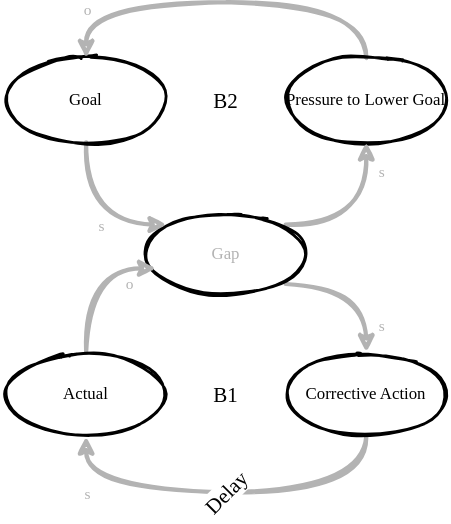
This is src/material/graphics/archetypes.drifting-goals.drawio.svg from thomykay/devspace-systemsthinking, a draw.io export, as it was before one commit. Source tidied: cells renumbered, new cells last; positions are measured from the earlier drawing's top-left corner, leaving out a move shared by most shapes. The source it was exported from:
```xml
<mxGraphModel>
  <root>
    <mxCell id="0" />
    <mxCell id="1" parent="0" />
    <mxCell id="2" style="edgeStyle=orthogonalEdgeStyle;curved=1;rounded=0;sketch=1;jettySize=auto;html=1;entryX=0;entryY=0;entryDx=0;entryDy=0;fontFamily=Comic Sans MS;fontColor=#B3B3B3;strokeColor=#B3B3B3;strokeWidth=3;" parent="1" edge="1" source="4" target="12">
      <mxGeometry relative="1" as="geometry">
        <Array as="points">
          <mxPoint x="60" y="159" />
        </Array>
      </mxGeometry>
    </mxCell>
    <mxCell id="3" value="&lt;span style=&quot;color: rgb(179 , 179 , 179) ; font-family: &amp;#34;comic sans ms&amp;#34;&quot;&gt;s&lt;/span&gt;" style="edgeLabel;html=1;align=center;verticalAlign=middle;" parent="2" vertex="1">
      <mxGeometry x="0.15" y="4" relative="1" as="geometry">
        <mxPoint x="2" y="5" as="offset" />
      </mxGeometry>
    </mxCell>
    <mxCell id="4" value="Goal" style="ellipse;whiteSpace=wrap;html=1;strokeWidth=2;fillWeight=2;hachureGap=8;fillStyle=dots;sketch=1;fontFamily=Comic Sans MS;" parent="1" vertex="1">
      <mxGeometry y="40" width="120" height="60" as="geometry" />
    </mxCell>
    <mxCell id="5" style="edgeStyle=orthogonalEdgeStyle;rounded=0;jettySize=auto;html=1;entryX=0.5;entryY=0;entryDx=0;entryDy=0;fontFamily=Comic Sans MS;fontColor=#B3B3B3;exitX=0.5;exitY=0;exitDx=0;exitDy=0;curved=1;strokeWidth=3;sketch=1;strokeColor=#B3B3B3;" parent="1" edge="1" source="7" target="4">
      <mxGeometry relative="1" as="geometry">
        <Array as="points">
          <mxPoint x="260" />
          <mxPoint x="60" />
        </Array>
      </mxGeometry>
    </mxCell>
    <mxCell id="6" value="&lt;font color=&quot;#b3b3b3&quot; face=&quot;Comic Sans MS&quot;&gt;o&lt;/font&gt;" style="edgeLabel;html=1;align=center;verticalAlign=middle;" parent="5" vertex="1">
      <mxGeometry x="0.52" y="5" relative="1" as="geometry">
        <mxPoint x="-28" as="offset" />
      </mxGeometry>
    </mxCell>
    <mxCell id="7" value="Pressure to Lower Goal" style="ellipse;whiteSpace=wrap;html=1;strokeWidth=2;fillWeight=2;hachureGap=8;fillStyle=dots;sketch=1;fontFamily=Comic Sans MS;" parent="1" vertex="1">
      <mxGeometry x="200" y="40" width="120" height="60" as="geometry" />
    </mxCell>
    <mxCell id="8" style="edgeStyle=orthogonalEdgeStyle;curved=1;rounded=0;sketch=1;jettySize=auto;html=1;entryX=0.5;entryY=1;entryDx=0;entryDy=0;fontFamily=Comic Sans MS;fontColor=#B3B3B3;strokeColor=#B3B3B3;strokeWidth=3;exitX=1;exitY=0;exitDx=0;exitDy=0;" parent="1" edge="1" source="12" target="7">
      <mxGeometry relative="1" as="geometry">
        <Array as="points">
          <mxPoint x="260" y="159" />
        </Array>
      </mxGeometry>
    </mxCell>
    <mxCell id="9" value="s" style="edgeLabel;html=1;align=center;verticalAlign=middle;fontFamily=Comic Sans MS;fontColor=#B3B3B3;" parent="8" vertex="1">
      <mxGeometry x="0.32" y="11" relative="1" as="geometry">
        <mxPoint x="21" y="-19" as="offset" />
      </mxGeometry>
    </mxCell>
    <mxCell id="10" style="edgeStyle=orthogonalEdgeStyle;curved=1;rounded=0;sketch=1;jettySize=auto;html=1;fontFamily=Comic Sans MS;fontColor=#B3B3B3;strokeColor=#B3B3B3;strokeWidth=3;exitX=1;exitY=1;exitDx=0;exitDy=0;" parent="1" edge="1" source="12" target="18">
      <mxGeometry relative="1" as="geometry">
        <Array as="points">
          <mxPoint x="260" y="201" />
        </Array>
      </mxGeometry>
    </mxCell>
    <mxCell id="11" value="s" style="edgeLabel;html=1;align=center;verticalAlign=middle;fontFamily=Comic Sans MS;fontColor=#B3B3B3;" parent="10" vertex="1">
      <mxGeometry x="-0.22" y="-15" relative="1" as="geometry">
        <mxPoint x="27" y="14" as="offset" />
      </mxGeometry>
    </mxCell>
    <mxCell id="12" value="Gap" style="ellipse;whiteSpace=wrap;html=1;strokeWidth=2;fillWeight=2;hachureGap=8;fillStyle=dots;sketch=1;fontFamily=Comic Sans MS;fontColor=#B3B3B3;" parent="1" vertex="1">
      <mxGeometry x="100" y="150" width="120" height="60" as="geometry" />
    </mxCell>
    <mxCell id="13" style="edgeStyle=orthogonalEdgeStyle;curved=1;rounded=0;sketch=1;jettySize=auto;html=1;fontFamily=Comic Sans MS;fontColor=#B3B3B3;strokeColor=#B3B3B3;strokeWidth=3;" parent="1" edge="1" source="15">
      <mxGeometry relative="1" as="geometry">
        <mxPoint x="110" y="190" as="targetPoint" />
        <Array as="points">
          <mxPoint x="60" y="190" />
        </Array>
      </mxGeometry>
    </mxCell>
    <mxCell id="14" value="o" style="edgeLabel;html=1;align=center;verticalAlign=middle;fontFamily=Comic Sans MS;fontColor=#B3B3B3;" parent="13" vertex="1">
      <mxGeometry x="0.34" y="-8" relative="1" as="geometry">
        <mxPoint x="16" y="2" as="offset" />
      </mxGeometry>
    </mxCell>
    <mxCell id="15" value="Actual" style="ellipse;whiteSpace=wrap;html=1;strokeWidth=2;fillWeight=2;hachureGap=8;fillStyle=dots;sketch=1;fontFamily=Comic Sans MS;" parent="1" vertex="1">
      <mxGeometry y="250" width="120" height="60" as="geometry" />
    </mxCell>
    <mxCell id="16" style="edgeStyle=orthogonalEdgeStyle;curved=1;rounded=0;sketch=1;jettySize=auto;html=1;entryX=0.5;entryY=1;entryDx=0;entryDy=0;fontFamily=Comic Sans MS;fontColor=#B3B3B3;strokeColor=#B3B3B3;strokeWidth=3;exitX=0.5;exitY=1;exitDx=0;exitDy=0;" parent="1" edge="1" source="18" target="15">
      <mxGeometry relative="1" as="geometry">
        <Array as="points">
          <mxPoint x="260" y="350" />
          <mxPoint x="60" y="350" />
        </Array>
      </mxGeometry>
    </mxCell>
    <mxCell id="17" value="s" style="edgeLabel;html=1;align=center;verticalAlign=middle;fontFamily=Comic Sans MS;fontColor=#B3B3B3;" parent="16" vertex="1">
      <mxGeometry x="0.83" y="-13" relative="1" as="geometry">
        <mxPoint x="-13" y="16" as="offset" />
      </mxGeometry>
    </mxCell>
    <mxCell id="18" value="Corrective Action" style="ellipse;whiteSpace=wrap;html=1;strokeWidth=2;fillWeight=2;hachureGap=8;fillStyle=dots;sketch=1;fontFamily=Comic Sans MS;" parent="1" vertex="1">
      <mxGeometry x="200" y="250" width="120" height="60" as="geometry" />
    </mxCell>
    <mxCell id="19" value="B2" style="text;html=1;strokeColor=none;fillColor=none;align=center;verticalAlign=middle;whiteSpace=wrap;rounded=0;fontFamily=Comic Sans MS;fontSize=15;" parent="1" vertex="1">
      <mxGeometry x="140" y="60" width="40" height="20" as="geometry" />
    </mxCell>
    <mxCell id="20" value="B1" style="text;html=1;strokeColor=none;fillColor=none;align=center;verticalAlign=middle;whiteSpace=wrap;rounded=0;fontFamily=Comic Sans MS;fontSize=15;" parent="1" vertex="1">
      <mxGeometry x="140" y="270" width="40" height="20" as="geometry" />
    </mxCell>
    <mxCell id="21" value="Delay" style="text;html=1;strokeColor=none;fillColor=none;align=center;verticalAlign=middle;whiteSpace=wrap;rounded=0;fontFamily=Comic Sans MS;fontSize=15;rotation=-45;labelBackgroundColor=#ffffff;" parent="1" vertex="1">
      <mxGeometry x="140" y="340" width="40" height="20" as="geometry" />
    </mxCell>
  </root>
</mxGraphModel>
```
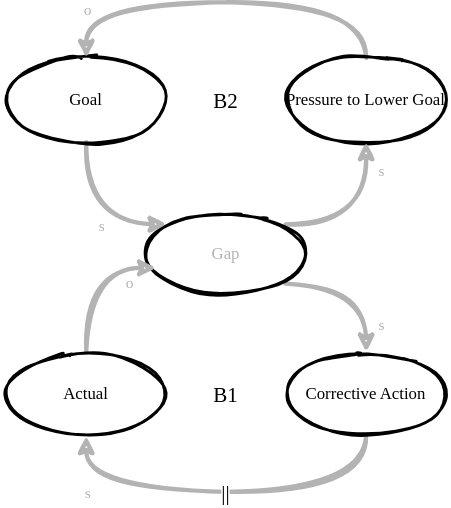
Later version of the same file.

Diff of the diagram source:
```diff
@@ -98,7 +98,7 @@
     <mxCell id="20" value="B1" style="text;html=1;strokeColor=none;fillColor=none;align=center;verticalAlign=middle;whiteSpace=wrap;rounded=0;fontFamily=Comic Sans MS;fontSize=15;" parent="1" vertex="1">
       <mxGeometry x="140" y="270" width="40" height="20" as="geometry" />
     </mxCell>
-    <mxCell id="21" value="Delay" style="text;html=1;strokeColor=none;fillColor=none;align=center;verticalAlign=middle;whiteSpace=wrap;rounded=0;fontFamily=Comic Sans MS;fontSize=15;rotation=-45;labelBackgroundColor=#ffffff;" parent="1" vertex="1">
+    <mxCell id="21" value="||" style="text;html=1;strokeColor=none;fillColor=none;align=center;verticalAlign=middle;whiteSpace=wrap;rounded=0;fontFamily=Comic Sans MS;fontSize=15;rotation=0;labelBackgroundColor=#ffffff;sketch=1;" parent="1" vertex="1">
       <mxGeometry x="140" y="340" width="40" height="20" as="geometry" />
     </mxCell>
   </root>
```
